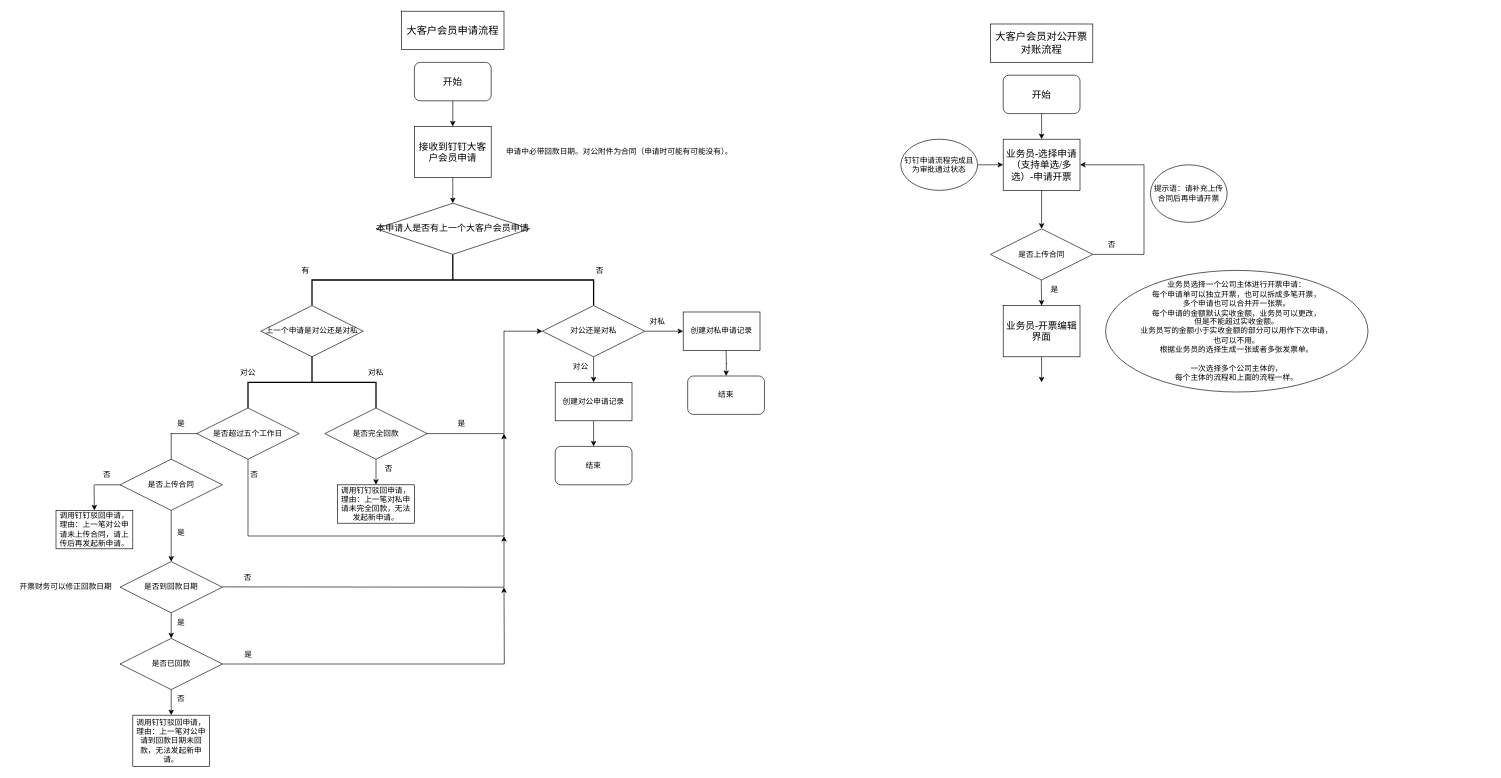
Above: 大客户会员.drawio in sky1straw/AgentGPT (draw.io), before the change. Source tidied: cells renumbered, new cells numbered last; positions are measured from the earlier drawing's top-left corner, leaving out a move shared by most shapes. Both pictures are drawn from the tidied source at 64%, with x=0, y=0 at pixel (11, 11).
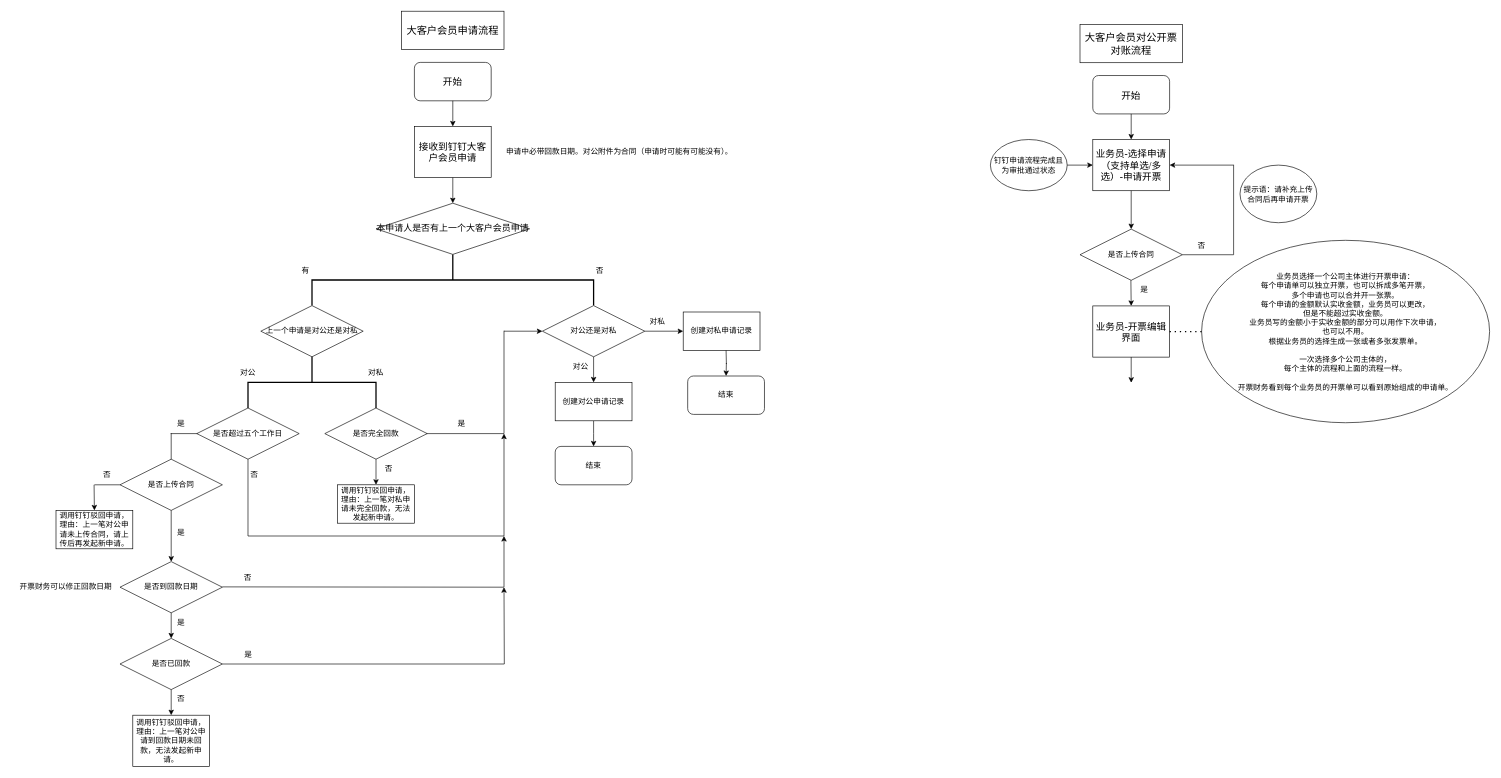
After the change.

Commit message:
更新大客户会员.drawio

Diff of the diagram source:
```diff
@@
     <mxCell id="61" value="&lt;font style=&quot;font-size: 15px;&quot; face=&quot;Times New Roman&quot;&gt;开始&lt;/font&gt;" style="rounded=1;whiteSpace=wrap;html=1;" parent="1" vertex="1">
-      <mxGeometry x="1550" y="100" width="120" height="60" as="geometry" />
+      <mxGeometry x="1690" y="100.5" width="120" height="60" as="geometry" />
     </mxCell>
@@
     <mxCell id="63" value="&lt;font face=&quot;Times New Roman&quot;&gt;&lt;span style=&quot;font-size: 15px;&quot;&gt;业务员-选择申请（支持单选/多选）-申请开票&lt;/span&gt;&lt;/font&gt;" style="rounded=0;whiteSpace=wrap;html=1;" parent="1" vertex="1">
-      <mxGeometry x="1550" y="200" width="120" height="80" as="geometry" />
+      <mxGeometry x="1690" y="200.5" width="120" height="80" as="geometry" />
     </mxCell>
     <mxCell id="64" value="&lt;font style=&quot;font-size: 16px;&quot;&gt;大客户会员对公开票对账流程&lt;/font&gt;" style="rounded=0;whiteSpace=wrap;html=1;" parent="1" vertex="1">
-      <mxGeometry x="1530" y="20" width="160" height="60" as="geometry" />
+      <mxGeometry x="1670" y="20.5" width="160" height="60" as="geometry" />
     </mxCell>
     <mxCell id="65" value="钉钉申请流程完成且为审批通过状态" style="ellipse;whiteSpace=wrap;html=1;" parent="1" vertex="1">
-      <mxGeometry x="1390" y="200" width="120" height="80" as="geometry" />
+      <mxGeometry x="1530" y="200.5" width="120" height="80" as="geometry" />
     </mxCell>
     <mxCell id="66" style="endArrow=classic;html=1;rounded=0;entryX=0;entryY=0.5;entryDx=0;entryDy=0;" parent="1" edge="1" target="63">
       <mxGeometry relative="1" as="geometry">
-        <mxPoint x="1510" y="240" as="sourcePoint" />
+        <mxPoint x="1650" y="240.5" as="sourcePoint" />
       </mxGeometry>
     </mxCell>
     <mxCell id="67" style="endArrow=classic;html=1;rounded=0;" parent="1" edge="1">
       <mxGeometry relative="1" as="geometry">
-        <mxPoint x="1610" y="280" as="sourcePoint" />
-        <mxPoint x="1610" y="340" as="targetPoint" />
+        <mxPoint x="1750" y="280.5" as="sourcePoint" />
+        <mxPoint x="1750" y="340.5" as="targetPoint" />
       </mxGeometry>
     </mxCell>
     <mxCell id="68" value="是否上传合同" style="rhombus;whiteSpace=wrap;html=1;" parent="1" vertex="1">
-      <mxGeometry x="1530" y="340" width="160" height="80" as="geometry" />
+      <mxGeometry x="1670" y="340.5" width="160" height="80" as="geometry" />
     </mxCell>
     <mxCell id="69" style="endArrow=none;html=1;rounded=0;" parent="1" edge="1">
       <mxGeometry relative="1" as="geometry">
-        <mxPoint x="1690" y="380" as="sourcePoint" />
-        <mxPoint x="1770" y="380" as="targetPoint" />
+        <mxPoint x="1830" y="380.5" as="sourcePoint" />
+        <mxPoint x="1910" y="380.5" as="targetPoint" />
       </mxGeometry>
     </mxCell>
     <mxCell id="70" style="endArrow=none;html=1;rounded=0;" parent="1" edge="1">
       <mxGeometry relative="1" as="geometry">
-        <mxPoint x="1770" y="239.5" as="sourcePoint" />
-        <mxPoint x="1770" y="380" as="targetPoint" />
+        <mxPoint x="1910" y="240" as="sourcePoint" />
+        <mxPoint x="1910" y="380.5" as="targetPoint" />
       </mxGeometry>
     </mxCell>
     <mxCell id="71" style="endArrow=classic;html=1;rounded=0;" parent="1" edge="1">
       <mxGeometry relative="1" as="geometry">
-        <mxPoint x="1770" y="240" as="sourcePoint" />
-        <mxPoint x="1670" y="240" as="targetPoint" />
+        <mxPoint x="1910" y="240.5" as="sourcePoint" />
+        <mxPoint x="1810" y="240.5" as="targetPoint" />
       </mxGeometry>
     </mxCell>
     <mxCell id="72" value="否" style="text;strokeColor=none;align=center;fillColor=none;html=1;verticalAlign=middle;whiteSpace=wrap;rounded=0;" parent="1" vertex="1">
-      <mxGeometry x="1690" y="350" width="60" height="30" as="geometry" />
+      <mxGeometry x="1830" y="350.5" width="60" height="30" as="geometry" />
     </mxCell>
     <mxCell id="73" value="提示语：请补充上传合同后再申请开票" style="ellipse;whiteSpace=wrap;html=1;" parent="1" vertex="1">
-      <mxGeometry x="1780" y="240" width="120" height="90" as="geometry" />
+      <mxGeometry x="1920" y="240.5" width="120" height="90" as="geometry" />
     </mxCell>
     <mxCell id="74" style="endArrow=classic;html=1;rounded=0;" parent="1" edge="1">
       <mxGeometry relative="1" as="geometry">
-        <mxPoint x="1609.5" y="420" as="sourcePoint" />
-        <mxPoint x="1610" y="460" as="targetPoint" />
+        <mxPoint x="1749.5" y="420.5" as="sourcePoint" />
+        <mxPoint x="1750" y="460.5" as="targetPoint" />
       </mxGeometry>
     </mxCell>
     <mxCell id="75" value="是" style="text;html=1;align=center;verticalAlign=middle;strokeColor=none;fillColor=none;" parent="1" vertex="1">
-      <mxGeometry x="1610" y="420" width="40" height="30" as="geometry" />
+      <mxGeometry x="1750" y="420.5" width="40" height="30" as="geometry" />
     </mxCell>
     <mxCell id="76" value="&lt;font face=&quot;Times New Roman&quot;&gt;&lt;span style=&quot;font-size: 15px;&quot;&gt;业务员-开票编辑界面&lt;/span&gt;&lt;/font&gt;" style="rounded=0;whiteSpace=wrap;html=1;" parent="1" vertex="1">
-      <mxGeometry x="1550" y="460" width="120" height="80" as="geometry" />
+      <mxGeometry x="1690" y="460.5" width="120" height="80" as="geometry" />
     </mxCell>
     <mxCell id="77" style="endArrow=classic;html=1;rounded=0;" parent="1" edge="1">
       <mxGeometry relative="1" as="geometry">
-        <mxPoint x="1610" y="540" as="sourcePoint" />
-        <mxPoint x="1610" y="580" as="targetPoint" />
+        <mxPoint x="1750" y="540.5" as="sourcePoint" />
+        <mxPoint x="1750" y="580.5" as="targetPoint" />
       </mxGeometry>
     </mxCell>
-    <mxCell id="78" value="业务员选择一个公司主体进行开票申请：&lt;br&gt;每个申请单可以独立开票，也可以拆成多笔开票，&lt;br&gt;多个申请也可以合并开一张票。&lt;br&gt;每个申请的金额默认实收金额，业务员可以更改，&lt;br&gt;但是不能超过实收金额。&lt;br&gt;业务员写的金额小于实收金额的部分可以用作下次申请，&lt;br&gt;也可以不用。&lt;br&gt;根据业务员的选择生成一张或者多张发票单。&lt;br&gt;&lt;br&gt;一次选择多个公司主体的，&lt;br&gt;每个主体的流程和上面的流程一样。" style="ellipse;whiteSpace=wrap;html=1;" parent="1" vertex="1">
-      <mxGeometry x="1710" y="405" width="410" height="190" as="geometry" />
+    <mxCell id="78" value="业务员选择一个公司主体进行开票申请：&lt;br&gt;每个申请单可以独立开票，也可以拆成多笔开票，&lt;br&gt;多个申请也可以合并开一张票。&lt;br&gt;每个申请的金额默认实收金额，业务员可以更改，&lt;br&gt;但是不能超过实收金额。&lt;br&gt;业务员写的金额小于实收金额的部分可以用作下次申请，&lt;br&gt;也可以不用。&lt;br&gt;根据业务员的选择生成一张或者多张发票单。&lt;br&gt;&lt;br&gt;一次选择多个公司主体的，&lt;br&gt;每个主体的流程和上面的流程一样。&lt;br&gt;&lt;br&gt;开票财务看到每个业务员的开票单可以看到原始组成的申请单。" style="ellipse;whiteSpace=wrap;html=1;" parent="1" vertex="1">
+      <mxGeometry x="1860" y="358" width="450" height="285" as="geometry" />
     </mxCell>
+    <mxCell id="79" style="endArrow=none;dashed=1;html=1;dashPattern=1 3;strokeWidth=2;rounded=0;exitX=0;exitY=0.5;exitDx=0;exitDy=0;" parent="1" edge="1" source="78">
+      <mxGeometry relative="1" as="geometry">
+        <mxPoint x="1810" y="500.5" as="targetPoint" />
+      </mxGeometry>
+    </mxCell>
```
